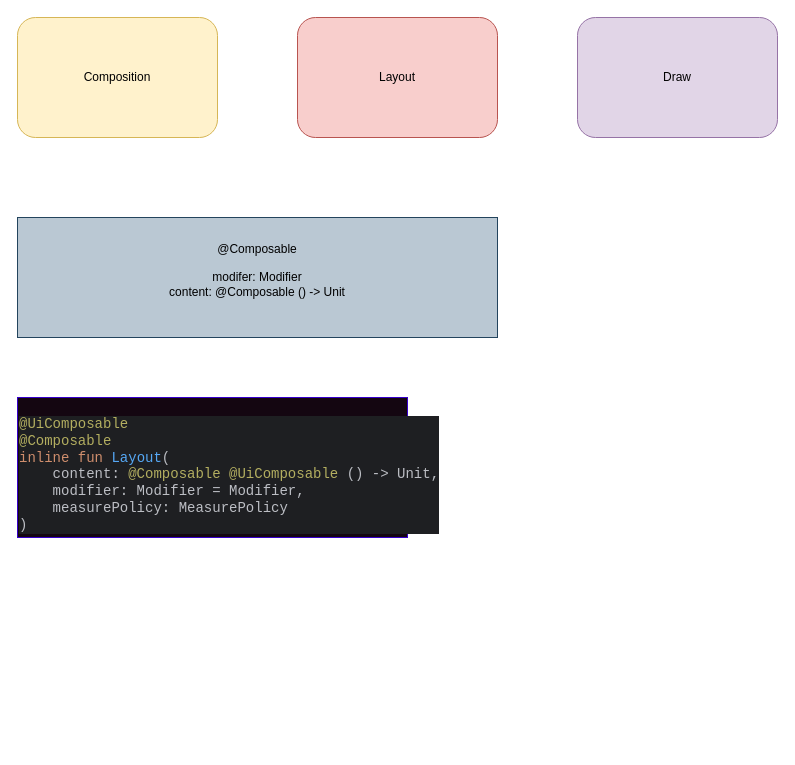
Before: Composition.drawio in dmitrish/github.io, a draw.io diagram. Source tidied: cells renumbered, new cells numbered last; positions are measured from the earlier drawing's top-left corner, leaving out a move shared by most shapes. Both pictures are drawn from the tidied source at 100%, with x=0, y=0 at pixel (17, 17).
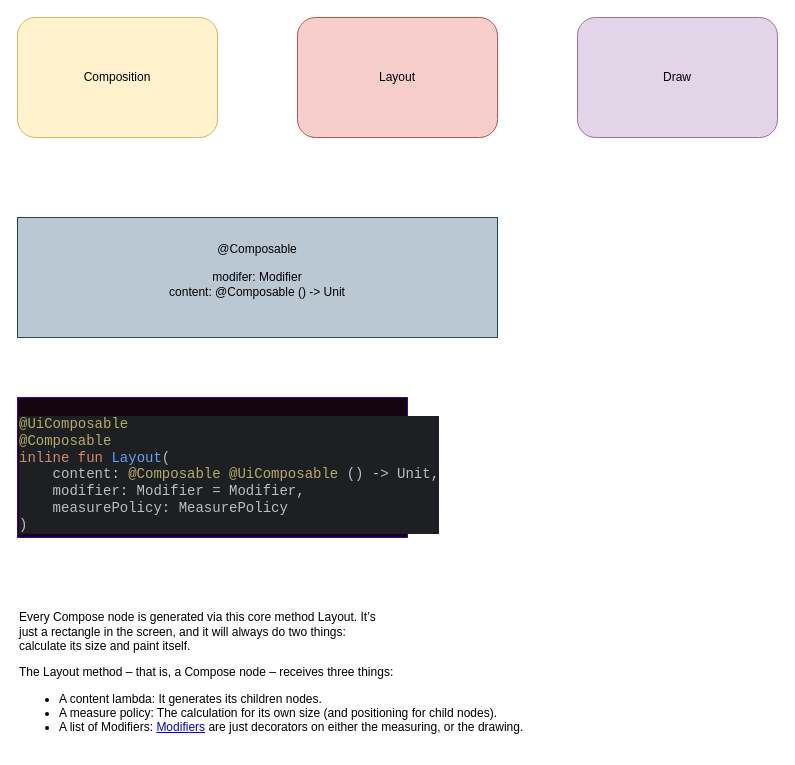
Above is the later version.

Change to the diagram source:
```diff
@@
 <mxGraphModel>
   <root>
     <mxCell id="0" />
     <mxCell id="1" parent="0" />
     <mxCell id="2" value="&lt;div&gt;@Composable&lt;/div&gt;&lt;div&gt;&lt;br&gt;&lt;/div&gt;&lt;div&gt;modifer: Modifier&lt;/div&gt;&lt;div&gt;content: @Composable () -&amp;gt; Unit&lt;/div&gt;&lt;div&gt;&lt;br&gt;&lt;/div&gt;" style="rounded=0;whiteSpace=wrap;html=1;fillColor=#bac8d3;strokeColor=#23445d;" parent="1" vertex="1">
       <mxGeometry y="200" width="480" height="120" as="geometry" />
     </mxCell>
     <mxCell id="3" value="Composition" style="rounded=1;whiteSpace=wrap;html=1;fillColor=#fff2cc;strokeColor=#d6b656;" parent="1" vertex="1">
       <mxGeometry width="200" height="120" as="geometry" />
     </mxCell>
     <mxCell id="4" value="Layout" style="rounded=1;whiteSpace=wrap;html=1;fillColor=#f8cecc;strokeColor=#b85450;" parent="1" vertex="1">
       <mxGeometry x="280" width="200" height="120" as="geometry" />
     </mxCell>
     <mxCell id="5" value="Draw" style="rounded=1;whiteSpace=wrap;html=1;fillColor=#e1d5e7;strokeColor=#9673a6;" parent="1" vertex="1">
       <mxGeometry x="560" width="200" height="120" as="geometry" />
     </mxCell>
     <mxCell id="6" value="&lt;div style=&quot;background-color: rgb(30, 31, 34); color: rgb(188, 190, 196);&quot;&gt;&lt;pre style=&quot;font-family: &amp;quot;Dank Mono&amp;quot;, monospace;&quot;&gt;&lt;font style=&quot;font-size: 14px;&quot;&gt;&lt;span style=&quot;color: rgb(179, 174, 96);&quot;&gt;@UiComposable&lt;br&gt;&lt;/span&gt;&lt;span style=&quot;color: rgb(179, 174, 96);&quot;&gt;@Composable&lt;br&gt;&lt;/span&gt;&lt;span style=&quot;color: rgb(207, 142, 109);&quot;&gt;inline fun &lt;/span&gt;&lt;span style=&quot;color: rgb(86, 168, 245);&quot;&gt;Layout&lt;/span&gt;(&lt;br&gt;    content: &lt;span style=&quot;color: rgb(179, 174, 96);&quot;&gt;@Composable @UiComposable &lt;/span&gt;() -&amp;gt; Unit,&lt;br&gt;    modifier: Modifier = Modifier,&lt;br&gt;    measurePolicy: MeasurePolicy&lt;br&gt;) &lt;/font&gt;&lt;/pre&gt;&lt;/div&gt;" style="text;whiteSpace=wrap;html=1;fillColor=light-dark(#140611, #ededed);fontColor=#ffffff;strokeColor=#3700CC;" parent="1" vertex="1">
       <mxGeometry y="380" width="390" height="140" as="geometry" />
     </mxCell>
+    <mxCell id="7" value="&lt;p align=&quot;left&quot;&gt;Every Compose node is generated via this core method Layout. It’s &lt;br&gt;just a rectangle in the screen, and it will always do two things: &lt;br&gt;calculate its size and paint itself.&lt;/p&gt;&lt;p align=&quot;left&quot;&gt;The Layout method – that is, a Compose node – receives three things:&lt;/p&gt;&lt;div align=&quot;left&quot;&gt;&lt;ul&gt;&lt;li&gt;A content lambda: It generates its children nodes.&lt;/li&gt;&lt;li&gt;A measure policy: The calculation for its own size (and positioning for child nodes).&lt;/li&gt;&lt;li&gt;A list of Modifiers: &lt;a href=&quot;https://developer.android.com/jetpack/compose/modifiers&quot;&gt;Modifiers&lt;/a&gt; are just decorators on either the measuring, or the drawing.&lt;/li&gt;&lt;/ul&gt;&lt;/div&gt;" style="text;html=1;align=left;verticalAlign=middle;whiteSpace=wrap;rounded=0;" parent="1" vertex="1">
+      <mxGeometry y="580" width="650" height="150" as="geometry" />
+    </mxCell>
   </root>
 </mxGraphModel>
```
